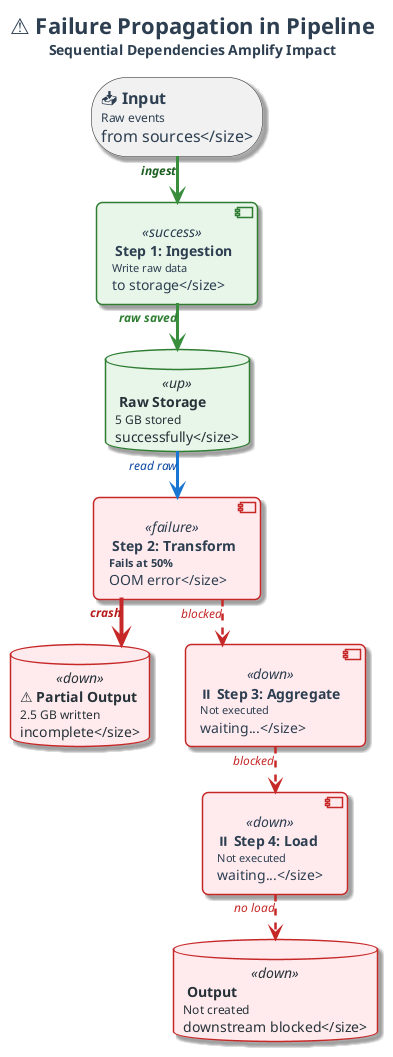
OrPerets/data-engineering-course keeps this PlantUML diagram as diagrams/week01/week1_lecture_slide35_failure.png. Above is the earlier version.
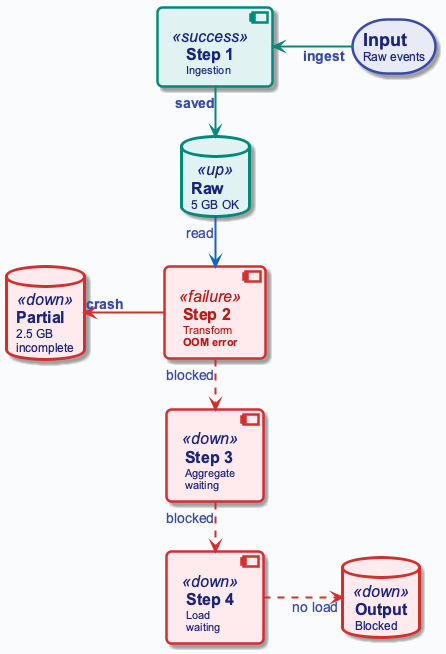
Later version of the same file.

Diff of the diagram source:
```diff
@@ -1,149 +1,28 @@
 @startuml
+!include ../_template_styles.puml
+top to bottom direction
 
-top to bottom direction
-skinparam linetype ortho
-skinparam shadowing true
-skinparam roundcorner 12
-skinparam handwritten false
-skinparam nodesep 35
-skinparam ranksep 45
+storage "**Input**\n<size:12>Raw events</size>" as INPUT
 
-skinparam defaultFontName "Segoe UI, Helvetica, sans-serif"
-skinparam defaultFontSize 16
-skinparam defaultFontColor #2C3E50
+component "**Step 1**\n<size:11>Ingestion</size>" as STEP1 <<success>>
+database "**Raw**\n<size:12>5 GB OK</size>" as RAW <<up>>
 
-skinparam rectangle {
-    BackgroundColor #F8F9FA
-    BorderColor #90A4AE
-    BorderThickness 2
-    FontColor #263238
-    FontSize 14
-    FontStyle bold
-    Padding 20
-}
+component "**Step 2**\n<size:11>Transform</size>\n<size:11><b>OOM error</b></size>" as STEP2 <<failure>>
+database "**Partial**\n<size:12>2.5 GB</size>\n<size:12>incomplete</size>" as PARTIAL <<down>>
 
-skinparam component {
-    BackgroundColor #FFFFFF
-    BorderColor #78909C
-    BorderThickness 1.5
-    FontSize 14
-    Padding 12
-}
+component "**Step 3**\n<size:11>Aggregate</size>\n<size:11>waiting</size>" as STEP3 <<down>>
 
-skinparam database {
-    BackgroundColor #ECEFF1
-    BorderColor #546E7A
-    BorderThickness 1.5
-    FontSize 14
-    FontColor #263238
-}
+component "**Step 4**\n<size:11>Load</size>\n<size:11>waiting</size>" as STEP4 <<down>>
 
-skinparam arrow {
-    Color #607D8B
-    Thickness 2.5
-    FontSize 12
-    FontColor #546E7A
-    FontStyle italic
-}
+database "**Output**\n<size:12>Blocked</size>" as OUTPUT <<down>>
 
-skinparam component<<UI>> {
-    BorderColor #8E24AA
-    BackgroundColor #F3E5F5
-    FontColor #4A148C
-}
+INPUT -left[#00897B,thickness=2]-> STEP1 : <color:#3949AB><b>ingest</b></color>
+STEP1 -down[#00897B,thickness=2]-> RAW : <color:#3949AB><b>saved</b></color>
+RAW -down[#1565C0,thickness=2]-> STEP2 : <color:#3949AB>read</color>
 
-skinparam component<<Agent>> {
-    BorderColor #0288D1
-    BackgroundColor #E1F5FE
-    FontColor #01579B
-}
-
-skinparam component<<Tool>> {
-    BorderColor #2E7D32
-    BackgroundColor #E8F5E9
-    FontColor #1B5E20
-}
-
-skinparam component<<Config>> {
-    BorderColor #F57C00
-    BackgroundColor #FFF3E0
-    FontColor #E65100
-}
-
-skinparam component<<Bad>> {
-    BorderColor #C62828
-    BackgroundColor #FFEBEE
-    FontColor #B71C1C
-}
-
-skinparam component<<V1>> {
-    BorderColor #F57C00
-    BackgroundColor #FFF3E0
-    FontColor #E65100
-}
-
-skinparam component<<V2>> {
-    BorderColor #2E7D32
-    BackgroundColor #E8F5E9
-    FontColor #1B5E20
-}
-
-skinparam component<<up>> {
-    BackgroundColor #E8F5E9
-    BorderColor #2E7D32
-}
-
-skinparam component<<down>> {
-    BackgroundColor #FFEBEE
-    BorderColor #C62828
-}
-
-skinparam database<<up>> {
-    BackgroundColor #E8F5E9
-    BorderColor #2E7D32
-}
-
-skinparam database<<down>> {
-    BackgroundColor #FFEBEE
-    BorderColor #C62828
-}
-
-skinparam component<<success>> {
-    BackgroundColor #E8F5E9
-    BorderColor #2E7D32
-}
-
-skinparam component<<failure>> {
-    BackgroundColor #FFEBEE
-    BorderColor #C62828
-}
-
-
-title <size:22><b>⚠️ Failure Propagation in Pipeline</b></size>\n<size:14>Sequential Dependencies Amplify Impact</size>
-
-storage "📥 **Input**\n<size:12>Raw events\nfrom sources</size>" as INPUT
-
-component "✅ **Step 1: Ingestion**\n<size:11>Write raw data\nto storage</size>" as STEP1 <<success>>
-
-database "💚 **Raw Storage**\n<size:12>5 GB stored\nsuccessfully</size>" as RAW <<up>>
-
-component "❌ **Step 2: Transform**\n<size:11><b>Fails at 50%</b>\nOOM error</size>" as STEP2 <<failure>>
-
-database "⚠️ **Partial Output**\n<size:12>2.5 GB written\nincomplete</size>" as PARTIAL <<down>>
-
-component "⏸️ **Step 3: Aggregate**\n<size:11>Not executed\nwaiting...</size>" as STEP3 <<down>>
-
-component "⏸️ **Step 4: Load**\n<size:11>Not executed\nwaiting...</size>" as STEP4 <<down>>
-
-database "❌ **Output**\n<size:12>Not created\ndownstream blocked</size>" as OUTPUT <<down>>
-
-INPUT -[#388E3C,thickness=3]-> STEP1 : <color:#1B5E20><b>ingest</b></color>
-STEP1 -[#388E3C,thickness=3]-> RAW : <color:#2E7D32><b>raw saved</b></color>
-RAW -[#1976D2,thickness=3]-> STEP2 : <color:#0D47A1>read raw</color>
-STEP2 -[#C62828,thickness=4]-> PARTIAL : <color:#B71C1C><b>💥 crash</b></color>
-STEP2 -[#C62828,thickness=3,dashed]-> STEP3 : <color:#C62828>blocked</color>
-STEP3 -[#C62828,thickness=3,dashed]-> STEP4 : <color:#C62828>blocked</color>
-STEP4 -[#C62828,thickness=3,dashed]-> OUTPUT : <color:#C62828>no load</color>
-
+STEP2 -left[#D32F2F,thickness=2]-> PARTIAL : <color:#3949AB><b>crash</b></color>
+STEP2 -down[#D32F2F,thickness=2,dashed]-> STEP3 : <color:#3949AB>blocked</color>
+STEP3 -down[#D32F2F,thickness=2,dashed]-> STEP4 : <color:#3949AB>blocked</color>
+STEP4 -right[#D32F2F,thickness=2,dashed]-> OUTPUT : <color:#3949AB>no load</color>
 
 @enduml
```
